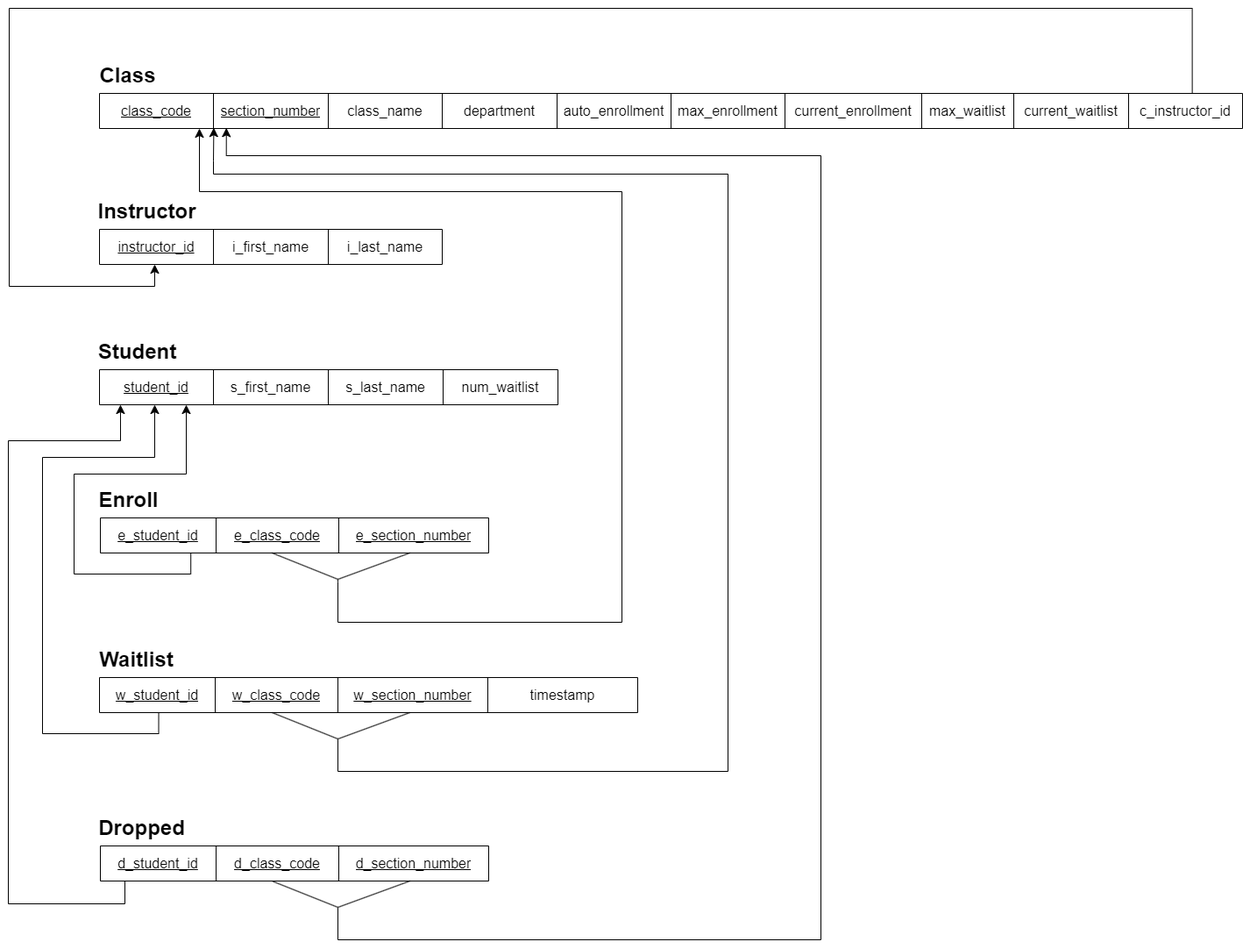
This is Database Diagrams/Relational Diagram.png from hellokev/449-Project-1, a draw.io export, as it was before one commit. Source tidied: cells renumbered, new cells last; positions are measured from the earlier drawing's top-left corner, leaving out a move shared by most shapes.
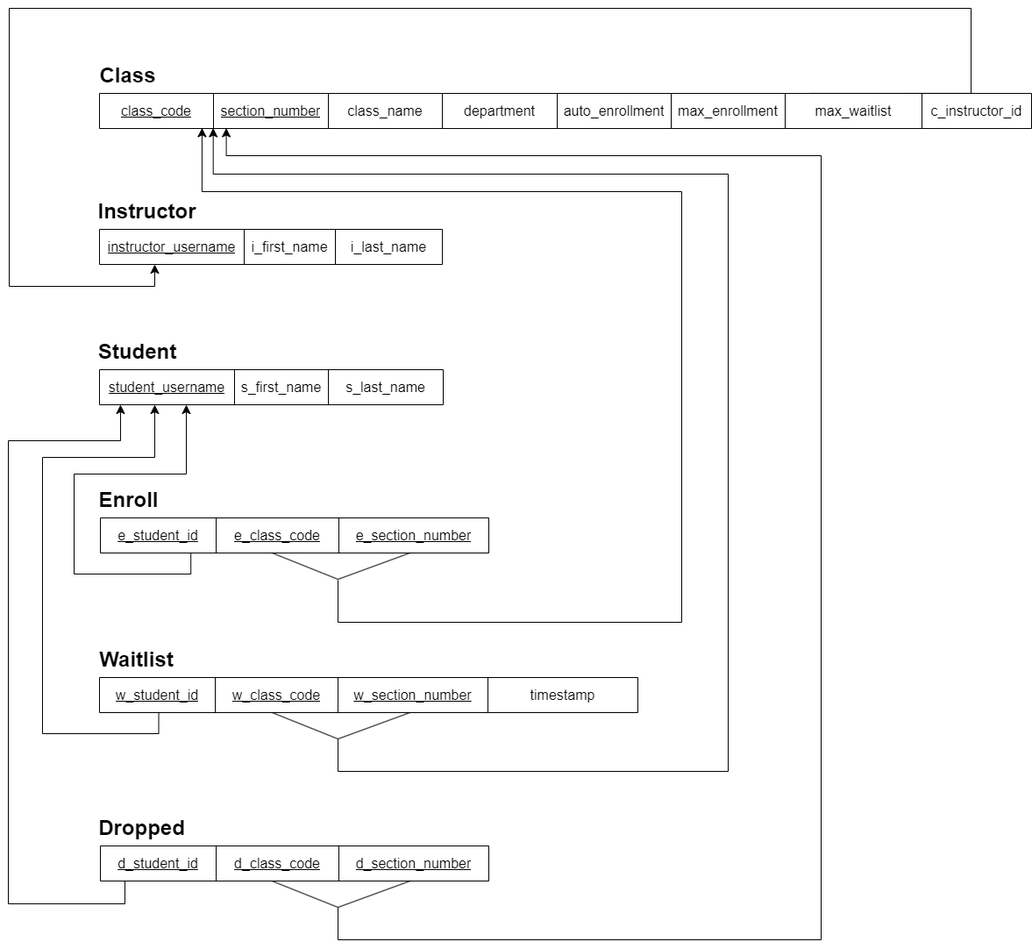
The same diagram one commit later.

The edit, as a diff of the source:
```diff
@@ -3,10 +3,10 @@
     <mxCell id="0" />
     <mxCell id="1" parent="0" />
     <mxCell id="2" style="shape=table;startSize=0;fontSize=16;" parent="1" vertex="1">
-      <mxGeometry x="104" y="97" width="1304" height="40" as="geometry" />
+      <mxGeometry x="104" y="97" width="1063" height="40" as="geometry" />
     </mxCell>
     <mxCell id="3" style="shape=tableRow;horizontal=0;startSize=0;swimlaneHead=0;swimlaneBody=0;strokeColor=inherit;top=0;left=0;bottom=0;right=0;fillColor=none;points=[[0,0.5],[1,0.5]];portConstraint=eastwest;fontSize=16;" parent="2" vertex="1">
-      <mxGeometry width="1304" height="40" as="geometry" />
+      <mxGeometry width="1063" height="40" as="geometry" />
     </mxCell>
     <mxCell id="4" value="&lt;u&gt;class_code&lt;/u&gt;" style="shape=partialRectangle;html=1;whiteSpace=wrap;strokeColor=inherit;overflow=hidden;fillColor=none;top=0;left=0;bottom=0;right=0;fontSize=16;" parent="3" vertex="1">
       <mxGeometry width="130" height="40" as="geometry" />
@@ -26,18 +26,12 @@
     <mxCell id="9" value="max_enrollment" style="shape=partialRectangle;html=1;whiteSpace=wrap;strokeColor=inherit;overflow=hidden;fillColor=none;top=0;left=0;bottom=0;right=0;fontSize=16;" parent="3" vertex="1">
       <mxGeometry x="652" width="130" height="40" as="geometry" />
     </mxCell>
-    <mxCell id="10" value="current_enrollment" style="shape=partialRectangle;html=1;whiteSpace=wrap;strokeColor=inherit;overflow=hidden;fillColor=none;top=0;left=0;bottom=0;right=0;fontSize=16;" parent="3" vertex="1">
+    <mxCell id="10" value="max_waitlist" style="shape=partialRectangle;html=1;whiteSpace=wrap;strokeColor=inherit;overflow=hidden;fillColor=none;top=0;left=0;bottom=0;right=0;fontSize=16;" parent="3" vertex="1">
       <mxGeometry x="782" width="156" height="40" as="geometry" />
     </mxCell>
-    <mxCell id="11" value="max_waitlist" style="shape=partialRectangle;html=1;whiteSpace=wrap;strokeColor=inherit;overflow=hidden;fillColor=none;top=0;left=0;bottom=0;right=0;fontSize=16;" parent="3" vertex="1">
-      <mxGeometry x="938" width="105" height="40" as="geometry" />
+    <mxCell id="11" value="c_instructor_id" style="shape=partialRectangle;html=1;whiteSpace=wrap;strokeColor=inherit;overflow=hidden;fillColor=none;top=0;left=0;bottom=0;right=0;fontSize=16;" parent="3" vertex="1">
+      <mxGeometry x="938" width="125" height="40" as="geometry" />
     </mxCell>
-    <mxCell id="12" value="current_waitlist" style="shape=partialRectangle;html=1;whiteSpace=wrap;strokeColor=inherit;overflow=hidden;fillColor=none;top=0;left=0;bottom=0;right=0;fontSize=16;" parent="3" vertex="1">
-      <mxGeometry x="1043" width="131" height="40" as="geometry" />
-    </mxCell>
-    <mxCell id="13" value="c_instructor_id" style="shape=partialRectangle;html=1;whiteSpace=wrap;strokeColor=inherit;overflow=hidden;fillColor=none;top=0;left=0;bottom=0;right=0;fontSize=16;" parent="3" vertex="1">
-      <mxGeometry x="1174" width="130" height="40" as="geometry" />
-    </mxCell>
     <mxCell id="14" value="Class" style="text;strokeColor=none;fillColor=none;html=1;fontSize=24;fontStyle=1;verticalAlign=middle;align=center;" parent="1" vertex="1">
       <mxGeometry x="104" y="57" width="63" height="40" as="geometry" />
     </mxCell>
@@ -47,36 +41,33 @@
     <mxCell id="16" style="shape=tableRow;horizontal=0;startSize=0;swimlaneHead=0;swimlaneBody=0;strokeColor=inherit;top=0;left=0;bottom=0;right=0;fillColor=none;fontSize=16;" parent="15" vertex="1">
       <mxGeometry width="391" height="40" as="geometry" />
     </mxCell>
-    <mxCell id="17" value="&lt;u&gt;instructor_id&lt;/u&gt;" style="shape=partialRectangle;html=1;whiteSpace=wrap;strokeColor=inherit;overflow=hidden;fillColor=none;top=0;left=0;bottom=0;right=0;fontSize=16;" parent="16" vertex="1">
-      <mxGeometry width="130" height="40" as="geometry" />
+    <mxCell id="17" value="&lt;u&gt;instructor_username&lt;/u&gt;" style="shape=partialRectangle;html=1;whiteSpace=wrap;strokeColor=inherit;overflow=hidden;fillColor=none;top=0;left=0;bottom=0;right=0;fontSize=16;" parent="16" vertex="1">
+      <mxGeometry width="165" height="40" as="geometry" />
     </mxCell>
     <mxCell id="18" value="i_first_name" style="shape=partialRectangle;html=1;whiteSpace=wrap;strokeColor=inherit;overflow=hidden;fillColor=none;top=0;left=0;bottom=0;right=0;fontSize=16;" parent="16" vertex="1">
-      <mxGeometry x="130" width="131" height="40" as="geometry" />
+      <mxGeometry x="165" width="104" height="40" as="geometry" />
     </mxCell>
     <mxCell id="19" value="i_last_name" style="shape=partialRectangle;html=1;whiteSpace=wrap;strokeColor=inherit;overflow=hidden;fillColor=none;top=0;left=0;bottom=0;right=0;fontSize=16;" parent="16" vertex="1">
-      <mxGeometry x="261" width="130" height="40" as="geometry" />
+      <mxGeometry x="269" width="122" height="40" as="geometry" />
     </mxCell>
     <mxCell id="20" value="Instructor" style="text;strokeColor=none;fillColor=none;html=1;fontSize=24;fontStyle=1;verticalAlign=middle;align=center;" parent="1" vertex="1">
       <mxGeometry x="104" y="212" width="107" height="40" as="geometry" />
     </mxCell>
     <mxCell id="21" style="shape=table;startSize=0;fontSize=16;" parent="1" vertex="1">
-      <mxGeometry x="104" y="412" width="523" height="40" as="geometry" />
+      <mxGeometry x="104" y="412" width="392" height="40" as="geometry" />
     </mxCell>
     <mxCell id="22" style="shape=tableRow;horizontal=0;startSize=0;swimlaneHead=0;swimlaneBody=0;strokeColor=inherit;top=0;left=0;bottom=0;right=0;fillColor=none;fontSize=16;" parent="21" vertex="1">
-      <mxGeometry width="523" height="40" as="geometry" />
+      <mxGeometry width="392" height="40" as="geometry" />
     </mxCell>
-    <mxCell id="23" value="&lt;u&gt;student_id&lt;/u&gt;" style="shape=partialRectangle;html=1;whiteSpace=wrap;strokeColor=inherit;overflow=hidden;fillColor=none;top=0;left=0;bottom=0;right=0;fontSize=16;" parent="22" vertex="1">
-      <mxGeometry width="130" height="40" as="geometry" />
+    <mxCell id="23" value="&lt;u&gt;student_username&lt;/u&gt;" style="shape=partialRectangle;html=1;whiteSpace=wrap;strokeColor=inherit;overflow=hidden;fillColor=none;top=0;left=0;bottom=0;right=0;fontSize=16;" parent="22" vertex="1">
+      <mxGeometry width="154" height="40" as="geometry" />
     </mxCell>
     <mxCell id="24" value="s_first_name" style="shape=partialRectangle;html=1;whiteSpace=wrap;strokeColor=inherit;overflow=hidden;fillColor=none;top=0;left=0;bottom=0;right=0;fontSize=16;" parent="22" vertex="1">
-      <mxGeometry x="130" width="131" height="40" as="geometry" />
+      <mxGeometry x="154" width="107" height="40" as="geometry" />
     </mxCell>
     <mxCell id="25" value="s_last_name" style="shape=partialRectangle;html=1;whiteSpace=wrap;strokeColor=inherit;overflow=hidden;fillColor=none;top=0;left=0;bottom=0;right=0;fontSize=16;" parent="22" vertex="1">
       <mxGeometry x="261" width="131" height="40" as="geometry" />
     </mxCell>
-    <mxCell id="26" value="num_waitlist" style="shape=partialRectangle;html=1;whiteSpace=wrap;strokeColor=inherit;overflow=hidden;fillColor=none;top=0;left=0;bottom=0;right=0;fontSize=16;" parent="22" vertex="1">
-      <mxGeometry x="392" width="131" height="40" as="geometry" />
-    </mxCell>
     <mxCell id="27" value="Student" style="text;strokeColor=none;fillColor=none;html=1;fontSize=24;fontStyle=1;verticalAlign=middle;align=center;" parent="1" vertex="1">
       <mxGeometry x="104" y="372" width="86" height="40" as="geometry" />
     </mxCell>
@@ -205,7 +196,7 @@
         </Array>
       </mxGeometry>
     </mxCell>
-    <mxCell id="56" style="edgeStyle=segmentEdgeStyle;endArrow=classic;html=1;curved=0;rounded=0;endSize=8;startSize=8;entryX=0.111;entryY=0.983;entryDx=0;entryDy=0;entryPerimeter=0;" parent="1" edge="1" target="3">
+    <mxCell id="56" style="edgeStyle=segmentEdgeStyle;endArrow=classic;html=1;curved=0;rounded=0;endSize=8;startSize=8;entryX=0.136;entryY=0.987;entryDx=0;entryDy=0;entryPerimeter=0;" parent="1" edge="1" target="3">
       <mxGeometry relative="1" as="geometry">
         <mxPoint x="376" y="1025" as="sourcePoint" />
         <Array as="points">
@@ -214,10 +205,11 @@
           <mxPoint x="927" y="168" />
           <mxPoint x="249" y="168" />
           <mxPoint x="249" y="136" />
+          <mxPoint x="249" y="136" />
         </Array>
       </mxGeometry>
     </mxCell>
-    <mxCell id="57" style="edgeStyle=segmentEdgeStyle;endArrow=classic;html=1;curved=0;rounded=0;endSize=8;startSize=8;entryX=0.1;entryY=0.98;entryDx=0;entryDy=0;entryPerimeter=0;" parent="1" edge="1" target="3">
+    <mxCell id="57" style="edgeStyle=segmentEdgeStyle;endArrow=classic;html=1;curved=0;rounded=0;endSize=8;startSize=8;entryX=0.122;entryY=0.988;entryDx=0;entryDy=0;entryPerimeter=0;" parent="1" edge="1" target="3">
       <mxGeometry relative="1" as="geometry">
         <mxPoint x="376" y="833" as="sourcePoint" />
         <Array as="points">
@@ -225,28 +217,26 @@
           <mxPoint x="821" y="870" />
           <mxPoint x="821" y="189" />
           <mxPoint x="234" y="189" />
-          <mxPoint x="234" y="174" />
+          <mxPoint x="234" y="137" />
         </Array>
       </mxGeometry>
     </mxCell>
-    <mxCell id="58" style="edgeStyle=segmentEdgeStyle;endArrow=classic;html=1;curved=0;rounded=0;endSize=8;startSize=8;entryX=0.1;entryY=0.98;entryDx=0;entryDy=0;entryPerimeter=0;" parent="1" edge="1">
+    <mxCell id="58" style="edgeStyle=segmentEdgeStyle;endArrow=classic;html=1;curved=0;rounded=0;endSize=8;startSize=8;entryX=0.11;entryY=0.984;entryDx=0;entryDy=0;entryPerimeter=0;" parent="1" edge="1" target="3">
       <mxGeometry relative="1" as="geometry">
-        <mxPoint x="376" y="651" as="sourcePoint" />
-        <mxPoint x="218" y="137" as="targetPoint" />
+        <mxPoint x="376" y="652" as="sourcePoint" />
         <Array as="points">
-          <mxPoint x="376" y="654" />
           <mxPoint x="376" y="700" />
-          <mxPoint x="700" y="700" />
-          <mxPoint x="700" y="209" />
-          <mxPoint x="218" y="209" />
+          <mxPoint x="768" y="700" />
+          <mxPoint x="768" y="209" />
+          <mxPoint x="221" y="209" />
         </Array>
       </mxGeometry>
     </mxCell>
-    <mxCell id="59" style="edgeStyle=segmentEdgeStyle;endArrow=classic;html=1;curved=0;rounded=0;endSize=8;startSize=8;exitX=0.956;exitY=-0.008;exitDx=0;exitDy=0;exitPerimeter=0;" parent="1" edge="1" source="2">
+    <mxCell id="59" style="edgeStyle=segmentEdgeStyle;endArrow=classic;html=1;curved=0;rounded=0;endSize=8;startSize=8;exitX=0.762;exitY=-0.002;exitDx=0;exitDy=0;exitPerimeter=0;" parent="1" edge="1" source="3">
       <mxGeometry relative="1" as="geometry">
         <mxPoint x="167" y="292" as="targetPoint" />
         <Array as="points">
-          <mxPoint x="1351" />
+          <mxPoint x="1098" />
           <mxPoint x="1" />
           <mxPoint x="1" y="317" />
           <mxPoint x="167" y="317" />
```
